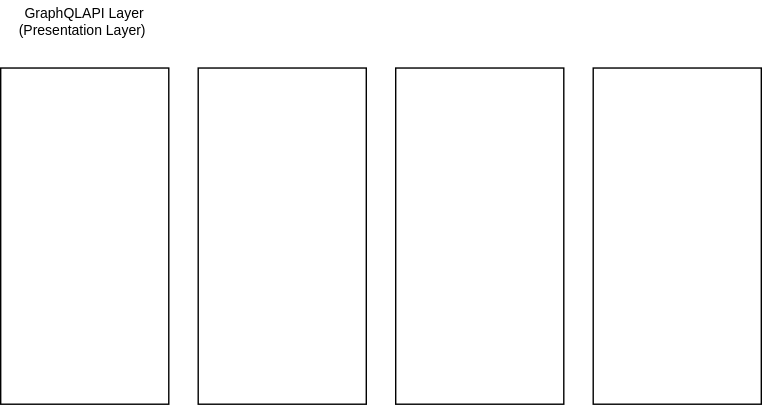
Earlier version of the draw.io export m320-OOP/Project/Docs/architecture.drawio.svg (sxpersxnic/TBZ). Source tidied: cells renumbered, new cells last; positions are measured from the earlier drawing's top-left corner, leaving out a move shared by most shapes. Its diagram source:
```xml
<mxGraphModel>
  <root>
    <mxCell id="0" />
    <mxCell id="1" parent="0" />
    <mxCell id="2" style="rounded=0;whiteSpace=wrap;html=1;" parent="1" vertex="1">
      <mxGeometry x="141" y="48" width="120" height="240" as="geometry" />
    </mxCell>
    <mxCell id="3" style="rounded=0;whiteSpace=wrap;html=1;" parent="1" vertex="1">
      <mxGeometry x="282" y="48" width="120" height="240" as="geometry" />
    </mxCell>
    <mxCell id="4" style="rounded=0;whiteSpace=wrap;html=1;" parent="1" vertex="1">
      <mxGeometry x="423" y="48" width="120" height="240" as="geometry" />
    </mxCell>
    <mxCell id="5" style="group;" parent="1" vertex="1">
      <mxGeometry width="120" height="288" as="geometry" />
    </mxCell>
    <mxCell id="6" style="rounded=0;whiteSpace=wrap;html=1;" parent="5" vertex="1">
      <mxGeometry y="48" width="120" height="240" as="geometry" />
    </mxCell>
    <mxCell id="7" value="GraphQLAPI Layer (Presentation Layer)&amp;nbsp;" style="text;html=1;align=center;verticalAlign=middle;whiteSpace=wrap;rounded=0;fontSize=10;" parent="5" vertex="1">
      <mxGeometry width="120" height="30" as="geometry" />
    </mxCell>
  </root>
</mxGraphModel>
```
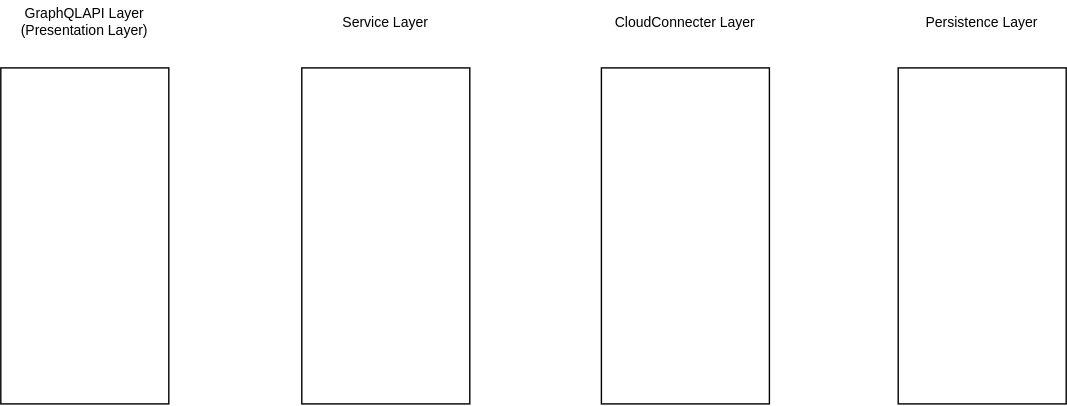
Later version of the same file.

Diff of the diagram source:
```diff
@@ -2,15 +2,6 @@
   <root>
     <mxCell id="0" />
     <mxCell id="1" parent="0" />
-    <mxCell id="2" style="rounded=0;whiteSpace=wrap;html=1;" parent="1" vertex="1">
-      <mxGeometry x="141" y="48" width="120" height="240" as="geometry" />
-    </mxCell>
-    <mxCell id="3" style="rounded=0;whiteSpace=wrap;html=1;" parent="1" vertex="1">
-      <mxGeometry x="282" y="48" width="120" height="240" as="geometry" />
-    </mxCell>
-    <mxCell id="4" style="rounded=0;whiteSpace=wrap;html=1;" parent="1" vertex="1">
-      <mxGeometry x="423" y="48" width="120" height="240" as="geometry" />
-    </mxCell>
     <mxCell id="5" style="group;" parent="1" vertex="1">
       <mxGeometry width="120" height="288" as="geometry" />
     </mxCell>
@@ -20,5 +11,32 @@
     <mxCell id="7" value="GraphQLAPI Layer (Presentation Layer)&amp;nbsp;" style="text;html=1;align=center;verticalAlign=middle;whiteSpace=wrap;rounded=0;fontSize=10;" parent="5" vertex="1">
       <mxGeometry width="120" height="30" as="geometry" />
     </mxCell>
+    <mxCell id="8" style="group;" parent="1" vertex="1">
+      <mxGeometry x="641" width="120" height="288" as="geometry" />
+    </mxCell>
+    <mxCell id="4" style="rounded=0;whiteSpace=wrap;html=1;" parent="8" vertex="1">
+      <mxGeometry y="48" width="120" height="240" as="geometry" />
+    </mxCell>
+    <mxCell id="9" value="Persistence Layer" style="text;html=1;align=center;verticalAlign=middle;whiteSpace=wrap;rounded=0;fontSize=10;" parent="8" vertex="1">
+      <mxGeometry width="120" height="30" as="geometry" />
+    </mxCell>
+    <mxCell id="10" style="group;" parent="1" vertex="1">
+      <mxGeometry x="429" width="120" height="288" as="geometry" />
+    </mxCell>
+    <mxCell id="3" style="rounded=0;whiteSpace=wrap;html=1;" parent="10" vertex="1">
+      <mxGeometry y="48" width="120" height="240" as="geometry" />
+    </mxCell>
+    <mxCell id="11" value="CloudConnecter Layer" style="text;html=1;align=center;verticalAlign=middle;whiteSpace=wrap;rounded=0;fontSize=10;" parent="10" vertex="1">
+      <mxGeometry width="120" height="30" as="geometry" />
+    </mxCell>
+    <mxCell id="12" style="group;" parent="1" vertex="1">
+      <mxGeometry x="215" width="120" height="288" as="geometry" />
+    </mxCell>
+    <mxCell id="2" style="rounded=0;whiteSpace=wrap;html=1;" parent="12" vertex="1">
+      <mxGeometry y="48" width="120" height="240" as="geometry" />
+    </mxCell>
+    <mxCell id="13" value="Service Layer" style="text;html=1;align=center;verticalAlign=middle;whiteSpace=wrap;rounded=0;fontSize=10;" parent="12" vertex="1">
+      <mxGeometry width="120" height="30" as="geometry" />
+    </mxCell>
   </root>
 </mxGraphModel>
```
